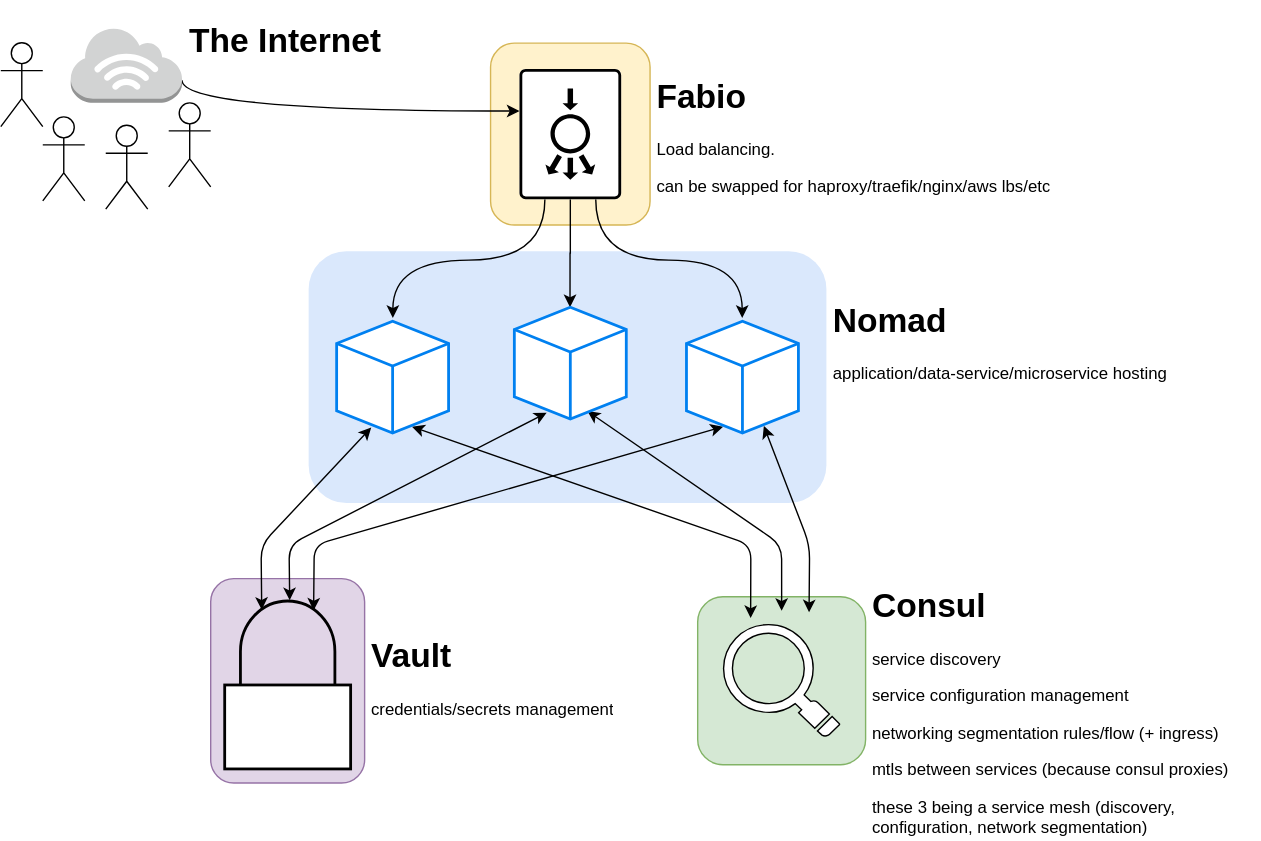
Before: nomad-stack.svg, a diagram exported from draw.io (alexanelli/notes). Source tidied: cells renumbered, new cells last; positions are measured from the earlier drawing's top-left corner, leaving out a move shared by most shapes.
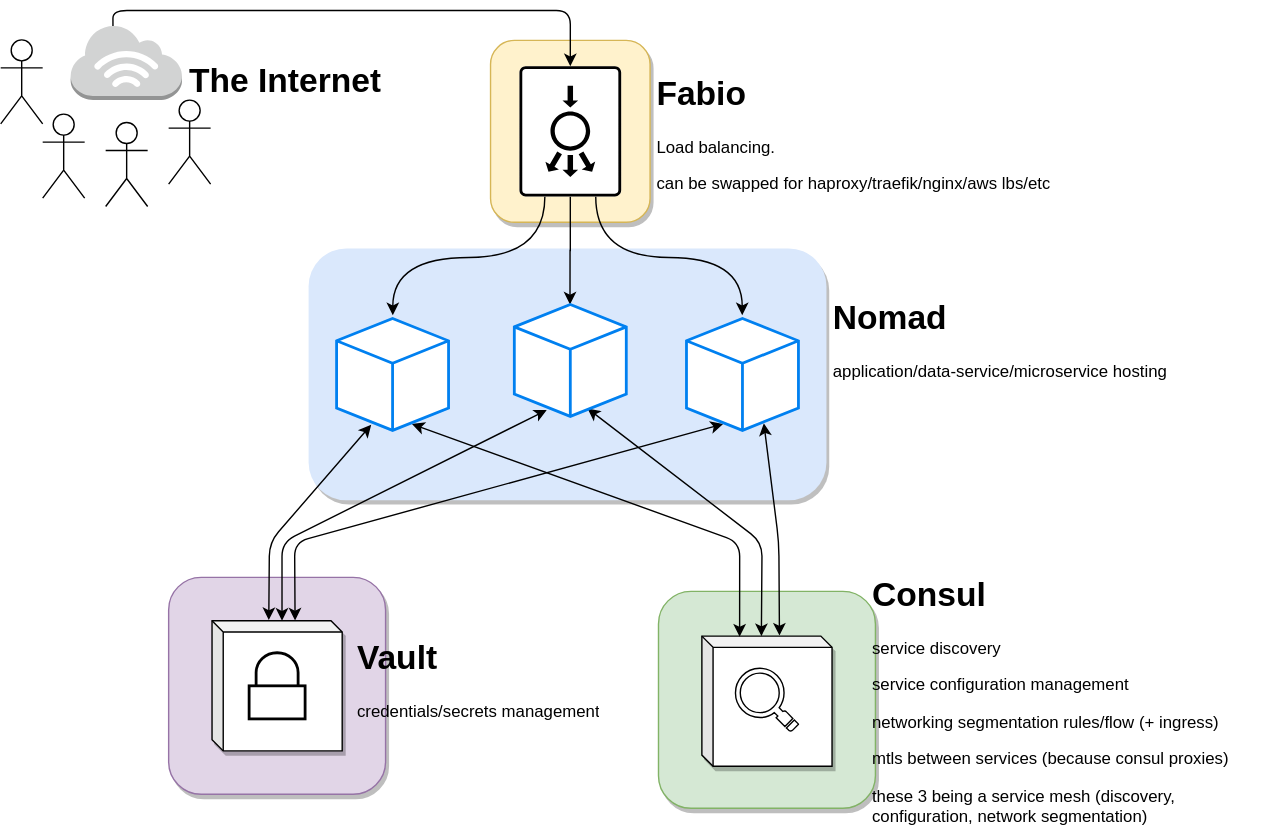
Above is the later version.

What changed in the source:
```diff
@@ -2,18 +2,39 @@
   <root>
     <mxCell id="0" />
     <mxCell id="1" parent="0" />
+    <mxCell id="33" style="group;" parent="1" vertex="1">
+      <mxGeometry x="470" y="415" width="155" height="155" as="geometry" />
+    </mxCell>
+    <mxCell id="5" style="rounded=1;whiteSpace=wrap;html=1;strokeColor=#82b366;fillColor=#d5e8d4;shadow=1;glass=0;comic=0;" parent="33" vertex="1">
+      <mxGeometry width="155" height="155" as="geometry" />
+    </mxCell>
+    <mxCell id="34" style="shape=cube;whiteSpace=wrap;html=1;boundedLbl=1;backgroundOutline=1;darkOpacity=0.05;darkOpacity2=0.1;shadow=1;glass=0;comic=0;size=8;" parent="33" vertex="1">
+      <mxGeometry x="31" y="32" width="93" height="93" as="geometry" />
+    </mxCell>
+    <mxCell id="24" style="shadow=0;dashed=0;html=1;labelPosition=center;verticalLabelPosition=bottom;verticalAlign=top;align=center;shape=mxgraph.veeam.magnifying_glass;" parent="33" vertex="1">
+      <mxGeometry x="55" y="55" width="45" height="45" as="geometry" />
+    </mxCell>
+    <mxCell id="35" style="group;" parent="1" vertex="1">
+      <mxGeometry x="120" y="405" width="155" height="155" as="geometry" />
+    </mxCell>
+    <mxCell id="4" style="rounded=1;whiteSpace=wrap;html=1;strokeColor=#9673a6;fillColor=#e1d5e7;shadow=1;" parent="35" vertex="1">
+      <mxGeometry width="155" height="155" as="geometry" />
+    </mxCell>
+    <mxCell id="36" style="shape=cube;whiteSpace=wrap;html=1;boundedLbl=1;backgroundOutline=1;darkOpacity=0.05;darkOpacity2=0.1;shadow=1;glass=0;comic=0;size=8;" parent="35" vertex="1">
+      <mxGeometry x="31" y="31" width="93" height="93" as="geometry" />
+    </mxCell>
+    <mxCell id="10" style="group;" parent="35" vertex="1">
+      <mxGeometry x="57.5" y="53.9" width="40" height="47.2" as="geometry" />
+    </mxCell>
+    <mxCell id="11" style="html=1;verticalLabelPosition=bottom;align=center;labelBackgroundColor=#ffffff;verticalAlign=top;strokeWidth=2;shadow=0;dashed=0;shape=mxgraph.ios7.icons.locked;" parent="10" vertex="1">
+      <mxGeometry width="40" height="47.2" as="geometry" />
+    </mxCell>
-    <mxCell id="2" style="rounded=1;whiteSpace=wrap;html=1;strokeColor=none;fillColor=#dae8fc;" parent="1" vertex="1">
+    <mxCell id="2" style="rounded=1;whiteSpace=wrap;html=1;strokeColor=none;fillColor=#dae8fc;shadow=1;" parent="1" vertex="1">
       <mxGeometry x="220" y="170" width="370" height="180" as="geometry" />
     </mxCell>
-    <mxCell id="3" style="rounded=1;whiteSpace=wrap;html=1;strokeColor=#d6b656;fillColor=#fff2cc;" parent="1" vertex="1">
+    <mxCell id="3" style="rounded=1;whiteSpace=wrap;html=1;strokeColor=#d6b656;fillColor=#fff2cc;shadow=1;" parent="1" vertex="1">
       <mxGeometry x="350" y="21.3" width="114" height="130" as="geometry" />
     </mxCell>
-    <mxCell id="4" style="rounded=1;whiteSpace=wrap;html=1;strokeColor=#9673a6;fillColor=#e1d5e7;" parent="1" vertex="1">
-      <mxGeometry x="150" y="404" width="110" height="146" as="geometry" />
-    </mxCell>
-    <mxCell id="5" style="rounded=1;whiteSpace=wrap;html=1;strokeColor=#82b366;fillColor=#d5e8d4;" parent="1" vertex="1">
-      <mxGeometry x="498" y="417" width="120" height="120" as="geometry" />
-    </mxCell>
     <mxCell id="6" style="edgeStyle=orthogonalEdgeStyle;rounded=0;jettySize=auto;html=1;exitX=1;exitY=0.5;exitDx=0;exitDy=0;exitPerimeter=0;" parent="1" edge="1" source="9">
       <mxGeometry relative="1" as="geometry">
         <mxPoint x="406.8" y="210" as="targetPoint" />
@@ -28,16 +49,14 @@
     <mxCell id="9" style="points=[[0.015,0.015,0],[0.985,0.015,0],[0.985,0.985,0],[0.015,0.985,0],[0.25,0,0],[0.5,0,0],[0.75,0,0],[1,0.25,0],[1,0.5,0],[1,0.75,0],[0.75,1,0],[0.5,1,0],[0.25,1,0],[0,0.75,0],[0,0.5,0],[0,0.25,0]];verticalLabelPosition=bottom;html=1;verticalAlign=top;align=center;shape=mxgraph.cisco19.rect;prIcon=load_balancer;rotation=90;" parent="1" vertex="1">
       <mxGeometry x="360.5" y="50" width="93" height="72.7" as="geometry" />
     </mxCell>
-    <mxCell id="10" style="group;" parent="1" vertex="1">
-      <mxGeometry x="160" y="420" width="90" height="120" as="geometry" />
-    </mxCell>
-    <mxCell id="11" style="html=1;verticalLabelPosition=bottom;align=center;labelBackgroundColor=#ffffff;verticalAlign=top;strokeWidth=2;shadow=0;dashed=0;shape=mxgraph.ios7.icons.locked;" parent="10" vertex="1">
-      <mxGeometry width="90" height="120" as="geometry" />
-    </mxCell>
+    <mxCell id="37" style="edgeStyle=orthogonalEdgeStyle;rounded=0;jettySize=auto;html=1;exitX=0.77;exitY=0.25;exitDx=0;exitDy=0;exitPerimeter=0;entryX=0.5;entryY=0;entryDx=0;entryDy=0;strokeColor=none;" parent="1" edge="1" source="13" target="3">
+      <mxGeometry relative="1" as="geometry" />
+    </mxCell>
-    <mxCell id="12" style="edgeStyle=orthogonalEdgeStyle;curved=1;jettySize=auto;html=1;exitX=1;exitY=0.7;exitDx=0;exitDy=0;exitPerimeter=0;entryX=0.323;entryY=1;entryDx=0;entryDy=0;entryPerimeter=0;" parent="1" edge="1" source="13" target="9">
+    <mxCell id="12" style="edgeStyle=orthogonalEdgeStyle;rounded=1;jettySize=auto;html=1;exitX=0.38;exitY=0.02;exitDx=0;exitDy=0;exitPerimeter=0;entryX=0;entryY=0.5;entryDx=0;entryDy=0;entryPerimeter=0;" parent="1" edge="1" source="13" target="9">
       <mxGeometry relative="1" as="geometry">
         <Array as="points">
-          <mxPoint x="130" y="70" />
+          <mxPoint x="80" />
+          <mxPoint x="407" />
         </Array>
       </mxGeometry>
     </mxCell>
@@ -48,62 +67,57 @@
       <mxGeometry x="464" y="40" width="306" height="100" as="geometry" />
     </mxCell>
     <mxCell id="15" value="&lt;h1&gt;Vault&lt;/h1&gt;&lt;p&gt;credentials/secrets management&lt;/p&gt;" style="text;html=1;strokeColor=none;fillColor=none;spacing=5;spacingTop=-20;whiteSpace=wrap;overflow=hidden;rounded=0;" parent="1" vertex="1">
-      <mxGeometry x="260" y="440" width="190" height="80" as="geometry" />
+      <mxGeometry x="250" y="442.5" width="190" height="80" as="geometry" />
     </mxCell>
     <mxCell id="16" value="&lt;h1&gt;Nomad&lt;/h1&gt;&lt;p&gt;application/data-service/microservice hosting&lt;/p&gt;" style="text;html=1;strokeColor=none;fillColor=none;spacing=5;spacingTop=-20;whiteSpace=wrap;overflow=hidden;rounded=0;" parent="1" vertex="1">
       <mxGeometry x="590" y="200" width="249.5" height="80" as="geometry" />
     </mxCell>
     <mxCell id="17" value="&lt;p style=&quot;line-height: 100%&quot;&gt;&lt;/p&gt;&lt;h1&gt;Consul&lt;/h1&gt;&lt;p&gt;service discovery&lt;/p&gt;&lt;p&gt;service configuration management&lt;/p&gt;&lt;p&gt;networking segmentation rules/flow (+ ingress)&lt;/p&gt;&lt;p&gt;mtls between services (because consul proxies)&lt;/p&gt;&lt;p&gt;these 3 being a service mesh (discovery, configuration, network segmentation)&lt;/p&gt;&lt;p&gt;&lt;/p&gt;" style="text;html=1;strokeColor=none;fillColor=none;spacing=5;spacingTop=-20;whiteSpace=wrap;overflow=hidden;rounded=0;" parent="1" vertex="1">
-      <mxGeometry x="618" y="404" width="282" height="186" as="geometry" />
+      <mxGeometry x="618" y="398" width="282" height="186" as="geometry" />
     </mxCell>
-    <mxCell id="18" style="endArrow=classic;startArrow=classic;html=1;exitX=0.309;exitY=0.95;exitDx=0;exitDy=0;entryX=0.294;entryY=0.052;entryDx=0;entryDy=0;entryPerimeter=0;exitPerimeter=0;" parent="1" edge="1" source="25" target="11">
+    <mxCell id="18" style="endArrow=classic;startArrow=classic;html=1;exitX=0.309;exitY=0.95;exitDx=0;exitDy=0;exitPerimeter=0;entryX=0.436;entryY=-0.005;entryDx=0;entryDy=0;entryPerimeter=0;" parent="1" edge="1" source="25" target="36">
       <mxGeometry relative="1" as="geometry">
         <Array as="points">
-          <mxPoint x="186" y="380" />
+          <mxPoint x="192" y="380" />
         </Array>
       </mxGeometry>
     </mxCell>
-    <mxCell id="19" style="endArrow=classic;startArrow=classic;html=1;exitX=0.289;exitY=0.943;exitDx=0;exitDy=0;entryX=0.516;entryY=-0.005;entryDx=0;entryDy=0;entryPerimeter=0;exitPerimeter=0;" parent="1" edge="1" source="26" target="11">
+    <mxCell id="19" style="endArrow=classic;startArrow=classic;html=1;exitX=0.289;exitY=0.943;exitDx=0;exitDy=0;exitPerimeter=0;" parent="1" edge="1" source="26">
       <mxGeometry relative="1" as="geometry">
+        <mxPoint x="201" y="436" as="targetPoint" />
         <Array as="points">
-          <mxPoint x="206" y="380" />
+          <mxPoint x="201" y="380" />
         </Array>
       </mxGeometry>
     </mxCell>
-    <mxCell id="20" style="endArrow=classic;startArrow=classic;html=1;exitX=0.673;exitY=0.943;exitDx=0;exitDy=0;entryX=0.25;entryY=0;entryDx=0;entryDy=0;exitPerimeter=0;" parent="1" edge="1" source="25">
+    <mxCell id="20" style="endArrow=classic;startArrow=classic;html=1;exitX=0.673;exitY=0.943;exitDx=0;exitDy=0;entryX=0.29;entryY=0.004;entryDx=0;entryDy=0;exitPerimeter=0;entryPerimeter=0;" parent="1" edge="1" source="25" target="34">
       <mxGeometry relative="1" as="geometry">
-        <mxPoint x="535.9" y="432.2" as="targetPoint" />
         <Array as="points">
-          <mxPoint x="536" y="380" />
+          <mxPoint x="528" y="380" />
         </Array>
       </mxGeometry>
     </mxCell>
-    <mxCell id="21" style="endArrow=classic;startArrow=classic;html=1;exitX=0.654;exitY=0.929;exitDx=0;exitDy=0;entryX=0.5;entryY=0;entryDx=0;entryDy=0;exitPerimeter=0;" parent="1" edge="1" source="26">
+    <mxCell id="21" style="endArrow=classic;startArrow=classic;html=1;exitX=0.654;exitY=0.929;exitDx=0;exitDy=0;exitPerimeter=0;entryX=0;entryY=0;entryDx=42.5;entryDy=0;entryPerimeter=0;" parent="1" edge="1" source="26" target="34">
       <mxGeometry relative="1" as="geometry">
-        <mxPoint x="558" y="427" as="targetPoint" />
         <Array as="points">
-          <mxPoint x="558" y="380" />
+          <mxPoint x="544" y="380" />
         </Array>
       </mxGeometry>
     </mxCell>
-    <mxCell id="22" style="endArrow=classic;startArrow=classic;html=1;exitX=0.327;exitY=0.943;exitDx=0;exitDy=0;entryX=0.706;entryY=0.057;entryDx=0;entryDy=0;entryPerimeter=0;exitPerimeter=0;" parent="1" edge="1" source="27" target="11">
+    <mxCell id="22" style="endArrow=classic;startArrow=classic;html=1;exitX=0.327;exitY=0.943;exitDx=0;exitDy=0;exitPerimeter=0;entryX=0.638;entryY=-0.002;entryDx=0;entryDy=0;entryPerimeter=0;" parent="1" edge="1" source="27" target="36">
       <mxGeometry relative="1" as="geometry">
         <Array as="points">
-          <mxPoint x="224" y="380" />
+          <mxPoint x="210" y="380" />
         </Array>
       </mxGeometry>
     </mxCell>
-    <mxCell id="23" style="endArrow=classic;startArrow=classic;html=1;exitX=0.691;exitY=0.936;exitDx=0;exitDy=0;entryX=0.696;entryY=0.011;entryDx=0;entryDy=0;entryPerimeter=0;exitPerimeter=0;" parent="1" edge="1" source="27">
+    <mxCell id="23" style="endArrow=classic;startArrow=classic;html=1;exitX=0.691;exitY=0.936;exitDx=0;exitDy=0;entryX=0.596;entryY=-0.004;entryDx=0;entryDy=0;exitPerimeter=0;entryPerimeter=0;" parent="1" edge="1" source="27" target="34">
       <mxGeometry relative="1" as="geometry">
-        <mxPoint x="577.6" y="428.1" as="targetPoint" />
         <Array as="points">
-          <mxPoint x="578" y="380" />
+          <mxPoint x="556" y="380" />
         </Array>
       </mxGeometry>
     </mxCell>
-    <mxCell id="24" style="shadow=0;dashed=0;html=1;labelPosition=center;verticalLabelPosition=bottom;verticalAlign=top;align=center;shape=mxgraph.veeam.magnifying_glass;" parent="1" vertex="1">
-      <mxGeometry x="516.5" y="436.9" width="83" height="80.2" as="geometry" />
-    </mxCell>
     <mxCell id="25" style="html=1;verticalLabelPosition=bottom;align=center;labelBackgroundColor=#ffffff;verticalAlign=top;strokeWidth=2;strokeColor=#0080F0;shadow=0;dashed=0;shape=mxgraph.ios7.icons.cube;" parent="1" vertex="1">
       <mxGeometry x="240" y="220" width="80" height="80" as="geometry" />
     </mxCell>
@@ -114,7 +128,7 @@
       <mxGeometry x="490" y="220" width="80" height="80" as="geometry" />
     </mxCell>
     <mxCell id="28" value="&lt;h1&gt;The Internet&lt;/h1&gt;&lt;p&gt;&lt;br&gt;&lt;/p&gt;" style="text;html=1;strokeColor=none;fillColor=none;spacing=5;spacingTop=-20;whiteSpace=wrap;overflow=hidden;rounded=0;" parent="1" vertex="1">
-      <mxGeometry x="130" y="0.2" width="172.5" height="73.7" as="geometry" />
+      <mxGeometry x="129.5" y="31" width="172.5" height="40" as="geometry" />
     </mxCell>
     <mxCell id="29" style="shape=umlActor;verticalLabelPosition=bottom;labelBackgroundColor=#ffffff;verticalAlign=top;html=1;" parent="1" vertex="1">
       <mxGeometry x="30" y="74" width="30" height="60" as="geometry" />
```
